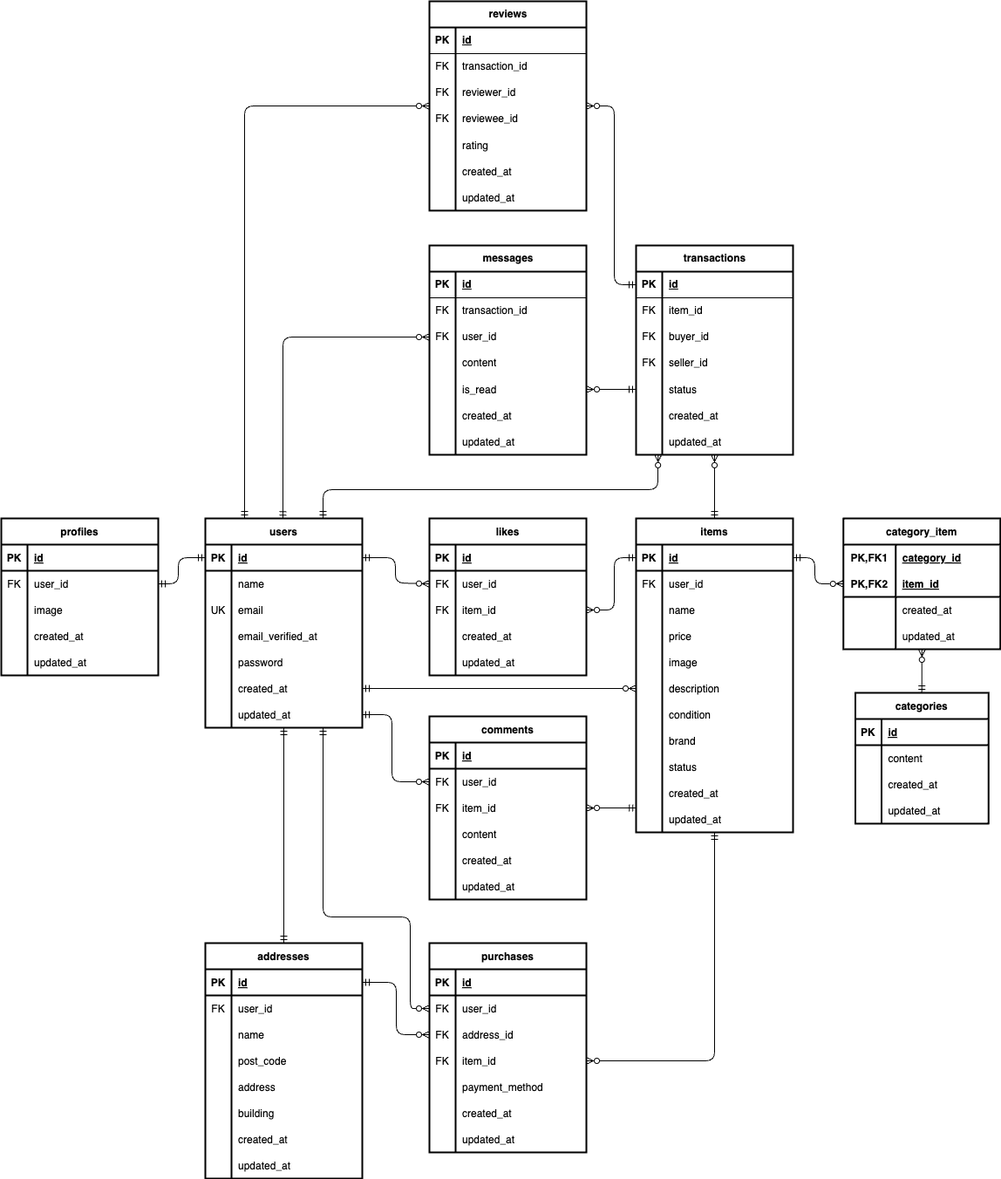
The draw.io diagram erd.png in tkdisk49/flea-market, before a commit. Source tidied: cells renumbered, new cells last; positions are measured from the earlier drawing's top-left corner, leaving out a move shared by most shapes.
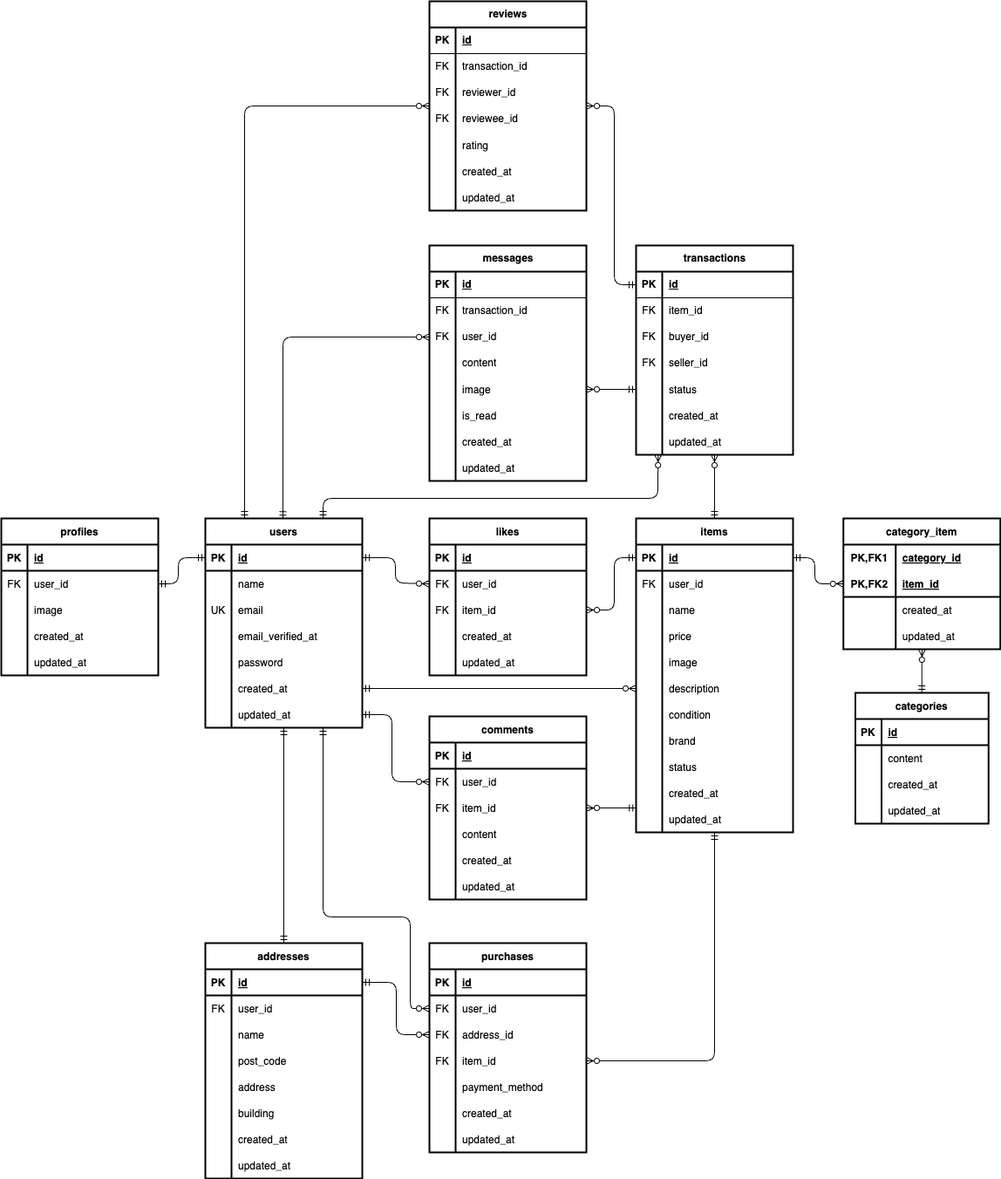
After the change.

Diff of the diagram source:
```diff
@@ -17,8 +17,9 @@
     <mxCell id="4" style="edgeStyle=none;html=1;exitX=0.75;exitY=0;exitDx=0;exitDy=0;entryX=0.14;entryY=0.998;entryDx=0;entryDy=0;entryPerimeter=0;endArrow=ERzeroToMany;endFill=0;startArrow=ERmandOne;startFill=0;" parent="1" edge="1" source="7" target="217">
       <mxGeometry relative="1" as="geometry">
         <Array as="points">
-          <mxPoint x="369" y="560" />
-          <mxPoint x="753" y="560" />
+          <mxPoint x="369" y="570" />
+          <mxPoint x="563" y="570" />
+          <mxPoint x="753" y="570" />
         </Array>
       </mxGeometry>
     </mxCell>
@@ -776,7 +777,7 @@
       <mxGeometry x="30" width="150" height="30" as="geometry" />
     </mxCell>
     <mxCell id="242" value="messages" style="shape=table;startSize=30;rowLines=0;fontStyle=1;align=center;html=1;fillColor=none;strokeWidth=2;" parent="1" vertex="1">
-      <mxGeometry x="491" y="280" width="180" height="240" as="geometry" />
+      <mxGeometry x="491" y="280" width="180" height="270" as="geometry" />
     </mxCell>
     <mxCell id="243" style="shape=tableRow;horizontal=0;startSize=0;swimlaneHead=0;swimlaneBody=0;fillColor=none;top=0;left=0;right=0;bottom=1;" parent="242" vertex="1">
       <mxGeometry y="30" width="180" height="30" as="geometry" />
@@ -814,8 +815,17 @@
     <mxCell id="254" value="content" style="shape=partialRectangle;fillColor=none;top=0;left=0;bottom=0;right=0;align=left;spacingLeft=6;overflow=hidden;whiteSpace=wrap;html=1;" parent="252" vertex="1">
       <mxGeometry x="30" width="150" height="30" as="geometry" />
     </mxCell>
+    <mxCell id="266" style="shape=tableRow;horizontal=0;startSize=0;swimlaneHead=0;swimlaneBody=0;fillColor=none;points=[[0,0.5],[1,0.5]];portConstraint=eastwest;top=0;left=0;right=0;bottom=0;" parent="242" vertex="1">
+      <mxGeometry y="150" width="180" height="30" as="geometry" />
+    </mxCell>
+    <mxCell id="267" style="shape=partialRectangle;fillColor=none;top=0;left=0;bottom=0;right=0;overflow=hidden;" parent="266" vertex="1">
+      <mxGeometry width="30" height="30" as="geometry" />
+    </mxCell>
+    <mxCell id="268" value="image" style="shape=partialRectangle;fillColor=none;top=0;left=0;bottom=0;right=0;align=left;spacingLeft=6;overflow=hidden;" parent="266" vertex="1">
+      <mxGeometry x="30" width="150" height="30" as="geometry" />
+    </mxCell>
     <mxCell id="255" style="shape=tableRow;horizontal=0;startSize=0;swimlaneHead=0;swimlaneBody=0;fillColor=none;points=[[0,0.5],[1,0.5]];portConstraint=eastwest;top=0;left=0;right=0;bottom=0;" parent="242" vertex="1">
-      <mxGeometry y="150" width="180" height="30" as="geometry" />
+      <mxGeometry y="180" width="180" height="30" as="geometry" />
     </mxCell>
     <mxCell id="256" style="shape=partialRectangle;fillColor=none;top=0;left=0;bottom=0;right=0;overflow=hidden;" parent="255" vertex="1">
       <mxGeometry width="30" height="30" as="geometry" />
@@ -824,7 +834,7 @@
       <mxGeometry x="30" width="150" height="30" as="geometry" />
     </mxCell>
     <mxCell id="258" style="shape=tableRow;horizontal=0;startSize=0;swimlaneHead=0;swimlaneBody=0;fillColor=none;top=0;left=0;right=0;bottom=0;" parent="242" vertex="1">
-      <mxGeometry y="180" width="180" height="30" as="geometry" />
+      <mxGeometry y="210" width="180" height="30" as="geometry" />
     </mxCell>
     <mxCell id="259" style="shape=partialRectangle;fillColor=none;top=0;left=0;bottom=0;right=0;overflow=hidden;" parent="258" vertex="1">
       <mxGeometry width="30" height="30" as="geometry" />
@@ -833,7 +843,7 @@
       <mxGeometry x="30" width="150" height="30" as="geometry" />
     </mxCell>
     <mxCell id="261" style="shape=tableRow;horizontal=0;startSize=0;swimlaneHead=0;swimlaneBody=0;fillColor=none;top=0;left=0;right=0;bottom=0;" parent="242" vertex="1">
-      <mxGeometry y="210" width="180" height="30" as="geometry" />
+      <mxGeometry y="240" width="180" height="30" as="geometry" />
     </mxCell>
     <mxCell id="262" style="shape=partialRectangle;fillColor=none;top=0;left=0;bottom=0;right=0;overflow=hidden;" parent="261" vertex="1">
       <mxGeometry width="30" height="30" as="geometry" />
@@ -841,7 +851,7 @@
     <mxCell id="263" value="updated_at" style="shape=partialRectangle;fillColor=none;top=0;left=0;bottom=0;right=0;align=left;spacingLeft=6;overflow=hidden;" parent="261" vertex="1">
       <mxGeometry x="30" width="150" height="30" as="geometry" />
     </mxCell>
-    <mxCell id="264" style="edgeStyle=none;html=1;endArrow=ERzeroToMany;endFill=0;startArrow=ERmandOne;startFill=0;" parent="1" edge="1" source="211" target="255">
+    <mxCell id="264" style="edgeStyle=none;html=1;endArrow=ERzeroToMany;endFill=0;startArrow=ERmandOne;startFill=0;" parent="1" edge="1" source="211" target="266">
       <mxGeometry relative="1" as="geometry" />
     </mxCell>
     <mxCell id="265" style="edgeStyle=none;html=1;exitX=0;exitY=0.5;exitDx=0;exitDy=0;entryX=1;entryY=0.5;entryDx=0;entryDy=0;endArrow=ERzeroToMany;endFill=0;startArrow=ERmandOne;startFill=0;" parent="1" edge="1" source="199" target="220">
```
